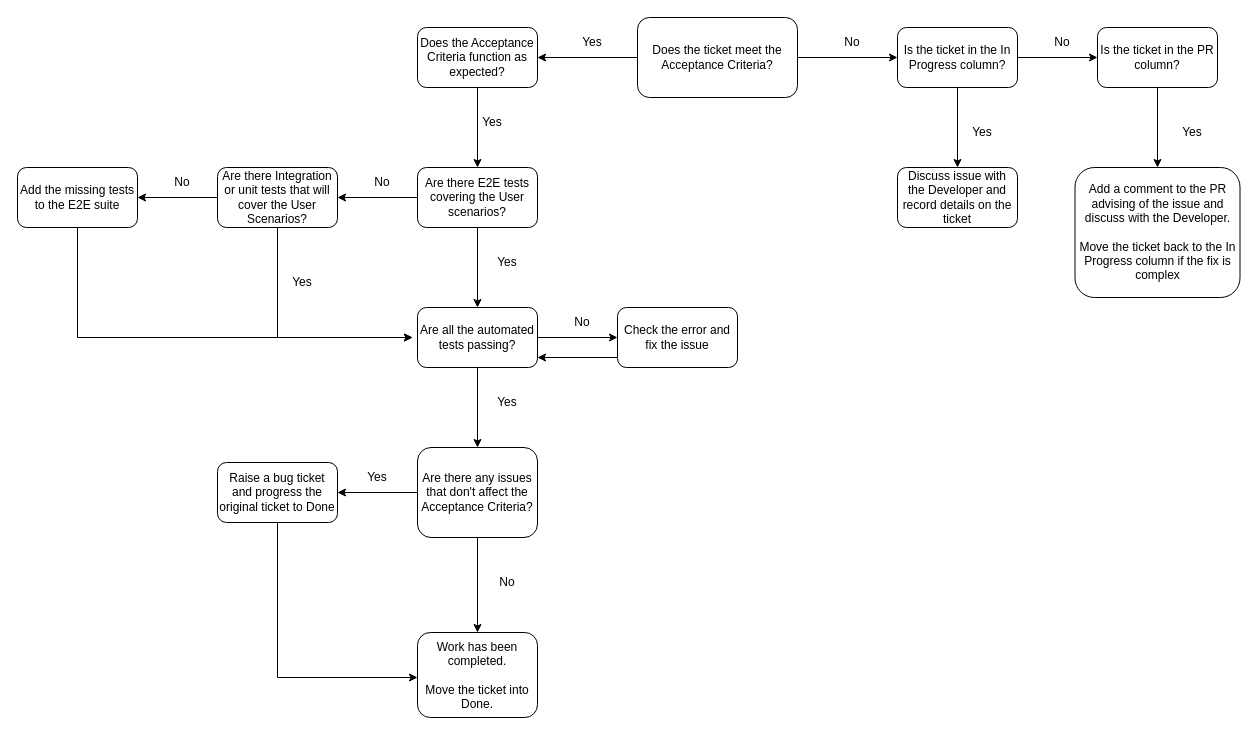
This is Bug Reporting Flowchart.drawio from EmmaHawkins/test_flows, a draw.io file, before an edit. Source tidied: cells renumbered, new cells numbered last; positions are measured from the earlier drawing's top-left corner, leaving out a move shared by most shapes. Both pictures are drawn from the tidied source at 100%, with x=0, y=0 at pixel (17, 17).
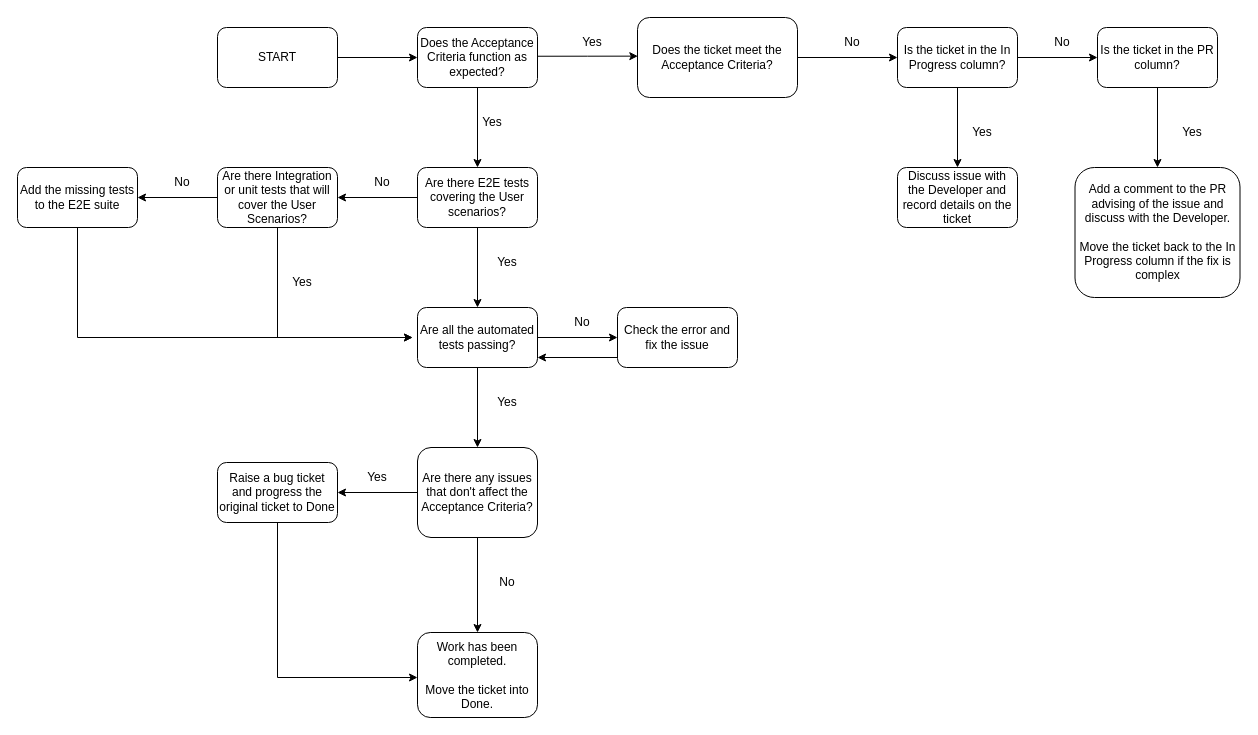
Above is the later version.

The change refers to these unchanged cells:
```xml
<mxCell id="4" value="Does the ticket meet the Acceptance Criteria?" style="rounded=1;whiteSpace=wrap;html=1;" parent="1" vertex="1">
  <mxGeometry x="620" width="160" height="80" as="geometry" />
</mxCell>
<mxCell id="6" value="Does the Acceptance Criteria function as expected?" style="whiteSpace=wrap;html=1;rounded=1;" parent="1" vertex="1">
  <mxGeometry x="400" y="10" width="120" height="60" as="geometry" />
</mxCell>
```

What changed in the source:
```diff
@@
-    <mxCell id="2" style="edgeStyle=orthogonalEdgeStyle;rounded=0;jettySize=auto;html=1;" parent="1" edge="1" source="4" target="6">
+    <mxCell id="2" style="edgeStyle=orthogonalEdgeStyle;rounded=0;jettySize=auto;html=1;entryX=0.002;entryY=0.483;entryDx=0;entryDy=0;exitX=0.998;exitY=0.479;exitDx=0;exitDy=0;exitPerimeter=0;entryPerimeter=0;" parent="1" edge="1" source="6" target="4">
       <mxGeometry relative="1" as="geometry" />
     </mxCell>
@@
+    <mxCell id="47" style="edgeStyle=orthogonalEdgeStyle;rounded=0;jettySize=auto;html=1;" parent="1" edge="1" source="48" target="6">
+      <mxGeometry relative="1" as="geometry" />
+    </mxCell>
+    <mxCell id="48" value="START" style="whiteSpace=wrap;html=1;rounded=1;" parent="1" vertex="1">
+      <mxGeometry x="200" y="10" width="120" height="60" as="geometry" />
+    </mxCell>
```
